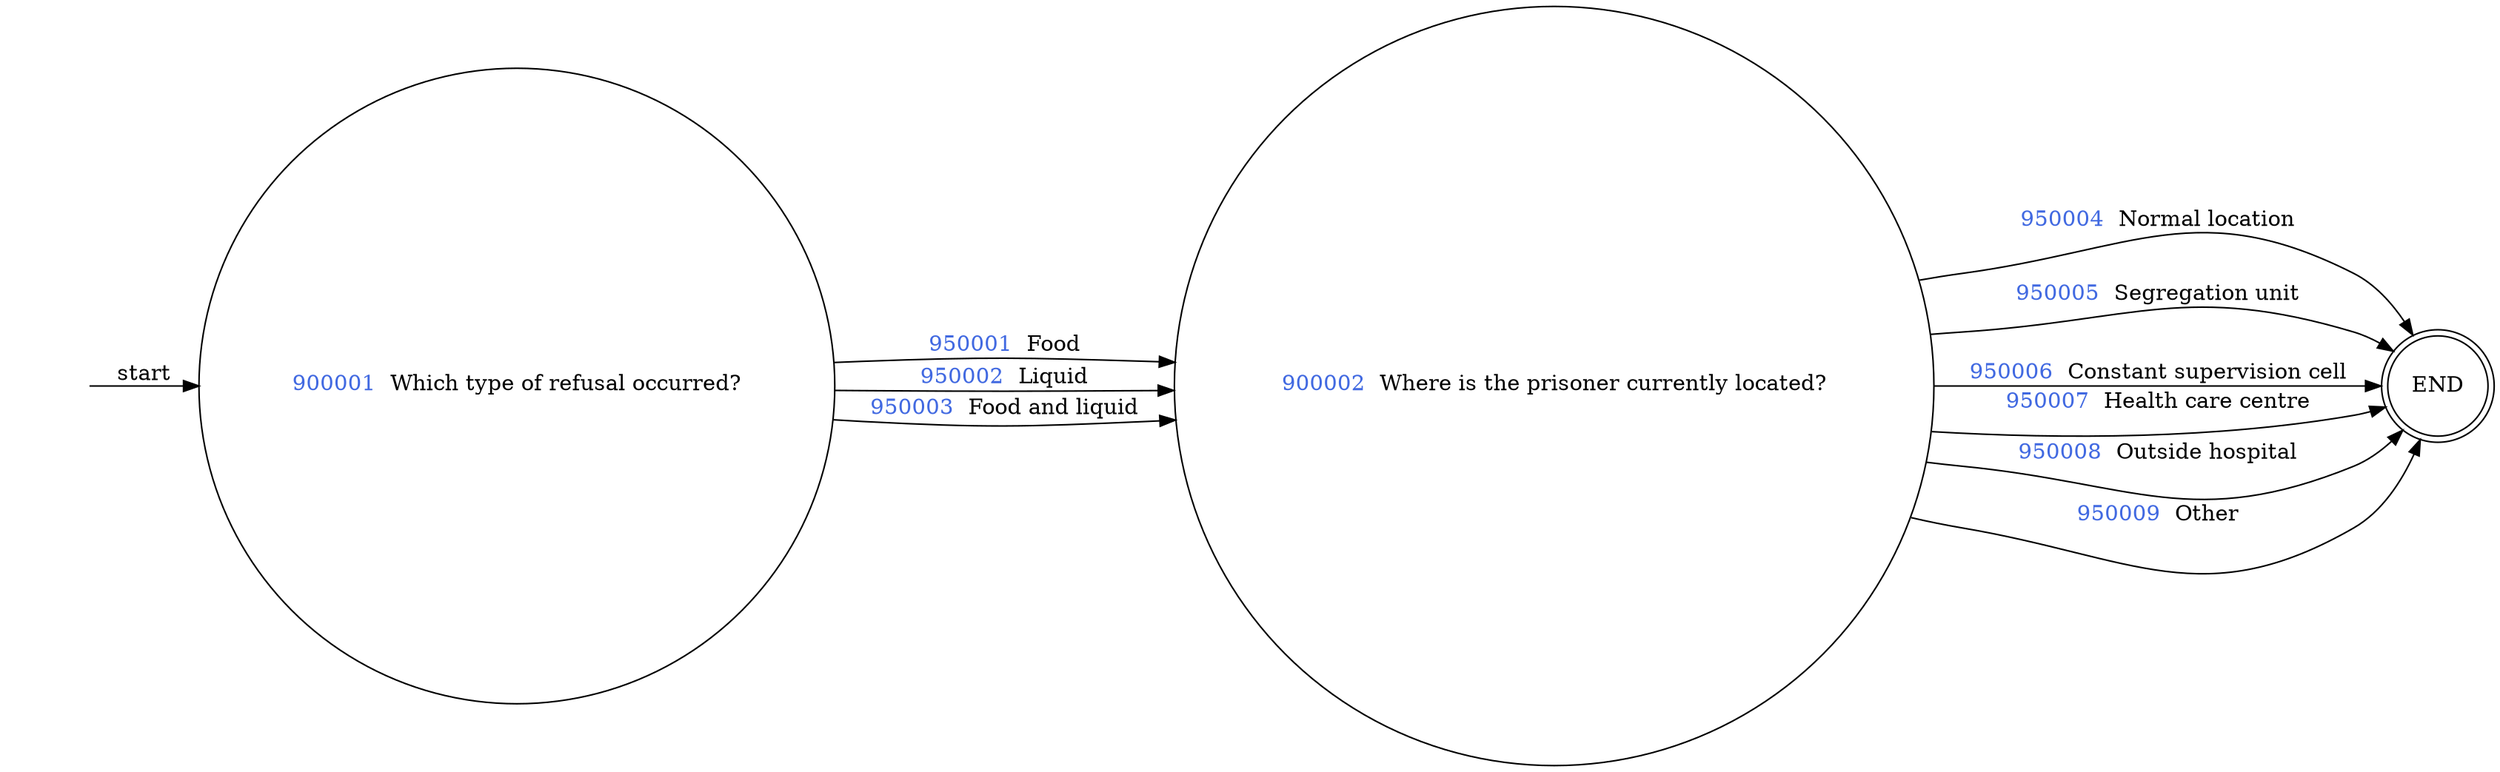
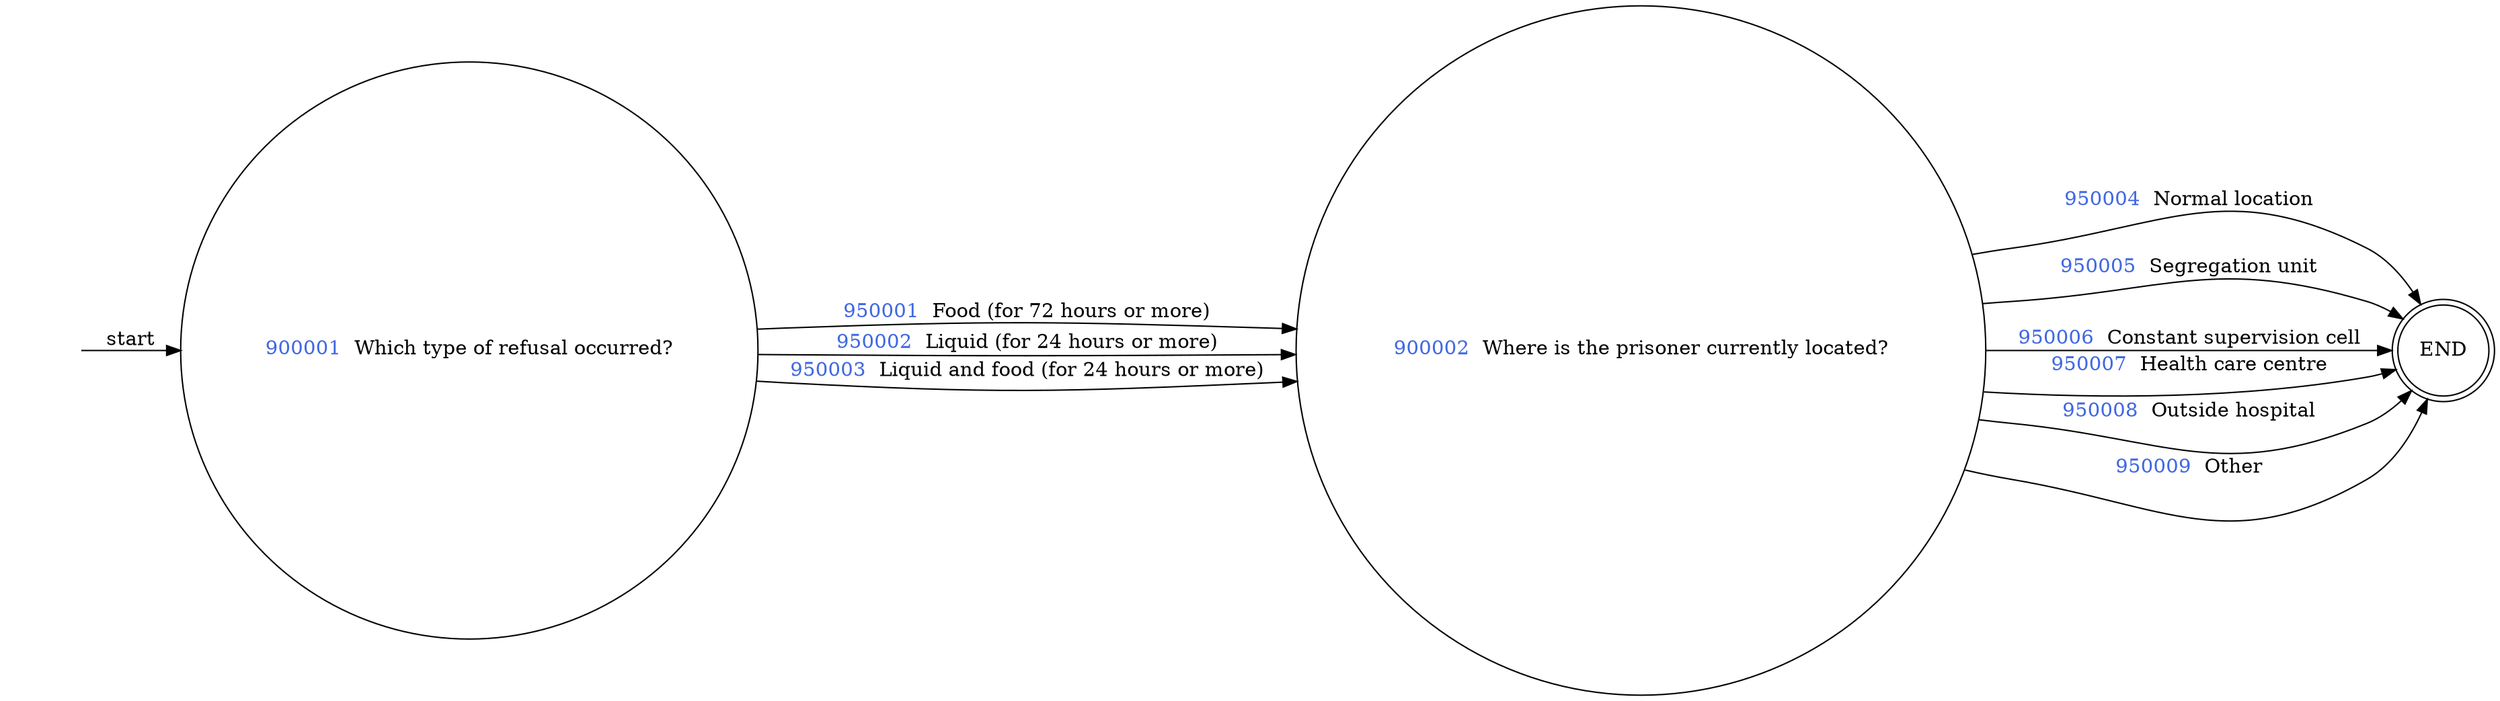
digraph FOOD_REFUSAL_2 {
  rankdir=LR;
  node [shape = circle];

  START_NODE [label="", shape=none];
  START_NODE -> 900001 [label = "start"];
  END_NODE [label="END", shape="doublecircle"];
    900001 [label=< <FONT COLOR="royalblue">900001 </FONT> Which type of refusal occurred? >];
-       900001 -> 900002 [label=< <FONT COLOR="royalblue">950001 </FONT> Food >];
-       900001 -> 900002 [label=< <FONT COLOR="royalblue">950002 </FONT> Liquid >];
-       900001 -> 900002 [label=< <FONT COLOR="royalblue">950003 </FONT> Food and liquid >];
+       900001 -> 900002 [label=< <FONT COLOR="royalblue">950001 </FONT> Food (for 72 hours or more) >];
+       900001 -> 900002 [label=< <FONT COLOR="royalblue">950002 </FONT> Liquid (for 24 hours or more) >];
+       900001 -> 900002 [label=< <FONT COLOR="royalblue">950003 </FONT> Liquid and food (for 24 hours or more) >];
    900002 [label=< <FONT COLOR="royalblue">900002 </FONT> Where is the prisoner currently located? >];
      900002 -> END_NODE [label=< <FONT COLOR="royalblue">950004 </FONT> Normal location >];
      900002 -> END_NODE [label=< <FONT COLOR="royalblue">950005 </FONT> Segregation unit >];
      900002 -> END_NODE [label=< <FONT COLOR="royalblue">950006 </FONT> Constant supervision cell >];
      900002 -> END_NODE [label=< <FONT COLOR="royalblue">950007 </FONT> Health care centre >];
      900002 -> END_NODE [label=< <FONT COLOR="royalblue">950008 </FONT> Outside hospital >];
      900002 -> END_NODE [label=< <FONT COLOR="royalblue">950009 </FONT> Other >];
}
